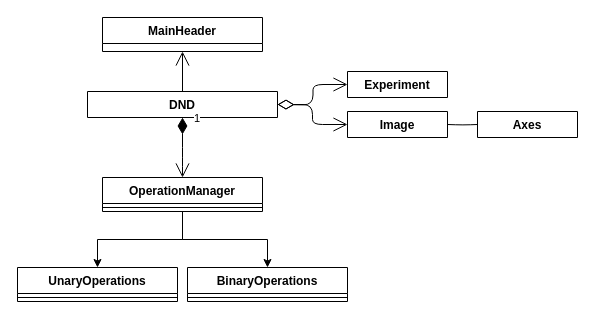
Earlier version of the draw.io diagram page "DND" (2 of 4) of documentation/diagrams/sqw-dnd.drawio (pace-neutrons/Horace). Source tidied: cells renumbered, new cells numbered last; positions are measured from the earlier drawing's top-left corner, leaving out a move shared by most shapes. Both pictures are drawn from the tidied source at 100%, with x=0, y=0 at pixel (17, 17).
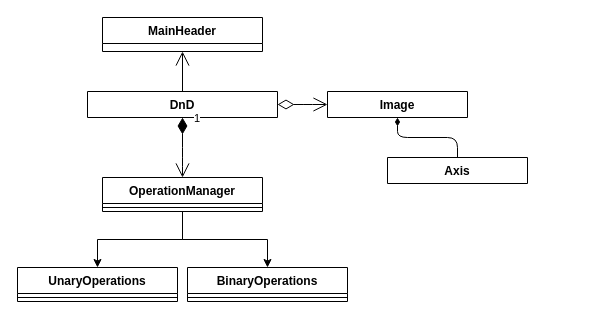
The same page after the edit.

What changed in the source:
```diff
@@
-    <mxCell id="2" value="DND" style="swimlane;fontStyle=1;align=center;verticalAlign=top;horizontal=1;startSize=26;" parent="1" vertex="1" collapsed="1">
+    <mxCell id="2" value="DnD" style="swimlane;fontStyle=1;align=center;verticalAlign=top;horizontal=1;startSize=26;" parent="1" vertex="1" collapsed="1">
       <mxGeometry x="70" y="74" width="190" height="26" as="geometry" />
     </mxCell>
-    <mxCell id="3" value="Image" style="swimlane;fontStyle=1;align=center;verticalAlign=top;horizontal=1;startSize=26;" parent="1" vertex="1" collapsed="1">
-      <mxGeometry x="330" y="94" width="100" height="26" as="geometry" />
-    </mxCell>
-    <mxCell id="4" style="endArrow=open;html=1;endSize=12;startArrow=diamondThin;startSize=14;startFill=0;edgeStyle=orthogonalEdgeStyle;align=left;verticalAlign=bottom;exitX=1;exitY=0.5;exitDx=0;exitDy=0;entryX=0;entryY=0.5;entryDx=0;entryDy=0;" parent="1" edge="1" source="2" target="3">
-      <mxGeometry x="-1" y="3" relative="1" as="geometry" />
+    <mxCell id="4" style="endArrow=open;html=1;endSize=12;startArrow=diamondThin;startSize=14;startFill=0;edgeStyle=orthogonalEdgeStyle;align=left;verticalAlign=bottom;exitX=1;exitY=0.5;exitDx=0;exitDy=0;entryX=0;entryY=0.5;entryDx=0;entryDy=0;" parent="1" edge="1" source="2">
+      <mxGeometry x="-1" y="3" relative="1" as="geometry">
+        <mxPoint x="310" y="87" as="targetPoint" />
+      </mxGeometry>
     </mxCell>
-    <mxCell id="5" value="Experiment" style="swimlane;fontStyle=1;align=center;verticalAlign=top;horizontal=1;startSize=26;" parent="1" vertex="1" collapsed="1">
-      <mxGeometry x="330" y="54" width="100" height="26" as="geometry" />
-    </mxCell>
-    <mxCell id="6" style="endArrow=open;html=1;endSize=12;startArrow=diamondThin;startSize=14;startFill=0;edgeStyle=orthogonalEdgeStyle;align=left;verticalAlign=bottom;entryX=0;entryY=0.5;entryDx=0;entryDy=0;" parent="1" edge="1" target="5">
-      <mxGeometry x="-1" y="3" relative="1" as="geometry">
-        <mxPoint x="260" y="87" as="sourcePoint" />
-      </mxGeometry>
-    </mxCell>
@@
-    <mxCell id="9" value="Axes" style="swimlane;fontStyle=1;align=center;verticalAlign=top;horizontal=1;startSize=26;" parent="1" vertex="1" collapsed="1">
-      <mxGeometry x="460" y="94" width="100" height="26" as="geometry" />
-    </mxCell>
-    <mxCell id="10" style="endArrow=none;html=1;edgeStyle=orthogonalEdgeStyle;exitX=1;exitY=0.5;exitDx=0;exitDy=0;entryX=0;entryY=0.5;entryDx=0;entryDy=0;" parent="1" edge="1" target="9">
-      <mxGeometry relative="1" as="geometry">
-        <mxPoint x="430" y="107" as="sourcePoint" />
-      </mxGeometry>
-    </mxCell>
-    <mxCell id="11" style="html=1;align=left;verticalAlign=bottom;labelBackgroundColor=#ffffff;fontSize=10;" parent="10" vertex="1">
-      <mxGeometry x="-1" relative="1" as="geometry" />
-    </mxCell>
-    <mxCell id="12" style="html=1;align=right;verticalAlign=bottom;labelBackgroundColor=#ffffff;fontSize=10;" parent="10" vertex="1">
-      <mxGeometry x="1" relative="1" as="geometry" />
-    </mxCell>
@@
+    <mxCell id="22" style="edgeStyle=elbowEdgeStyle;elbow=vertical;endArrow=diamondThin;html=1;exitX=0.5;exitY=0;exitDx=0;exitDy=0;entryX=0.5;entryY=1;entryDx=0;entryDy=0;endFill=1;" parent="1" edge="1" source="23" target="3">
+      <mxGeometry relative="1" as="geometry">
+        <Array as="points">
+          <mxPoint x="410" y="120" />
+          <mxPoint x="720" y="150" />
+        </Array>
+      </mxGeometry>
+    </mxCell>
+    <mxCell id="3" value="Image" style="swimlane;fontStyle=1;align=center;verticalAlign=top;horizontal=1;startSize=26;" parent="1" vertex="1" collapsed="1">
+      <mxGeometry x="310" y="74" width="140" height="26" as="geometry" />
+    </mxCell>
+    <mxCell id="23" value="Axis" style="swimlane;fontStyle=1;align=center;verticalAlign=top;horizontal=1;startSize=26;" parent="1" vertex="1" collapsed="1">
+      <mxGeometry x="370" y="140" width="140" height="26" as="geometry" />
+    </mxCell>
```
